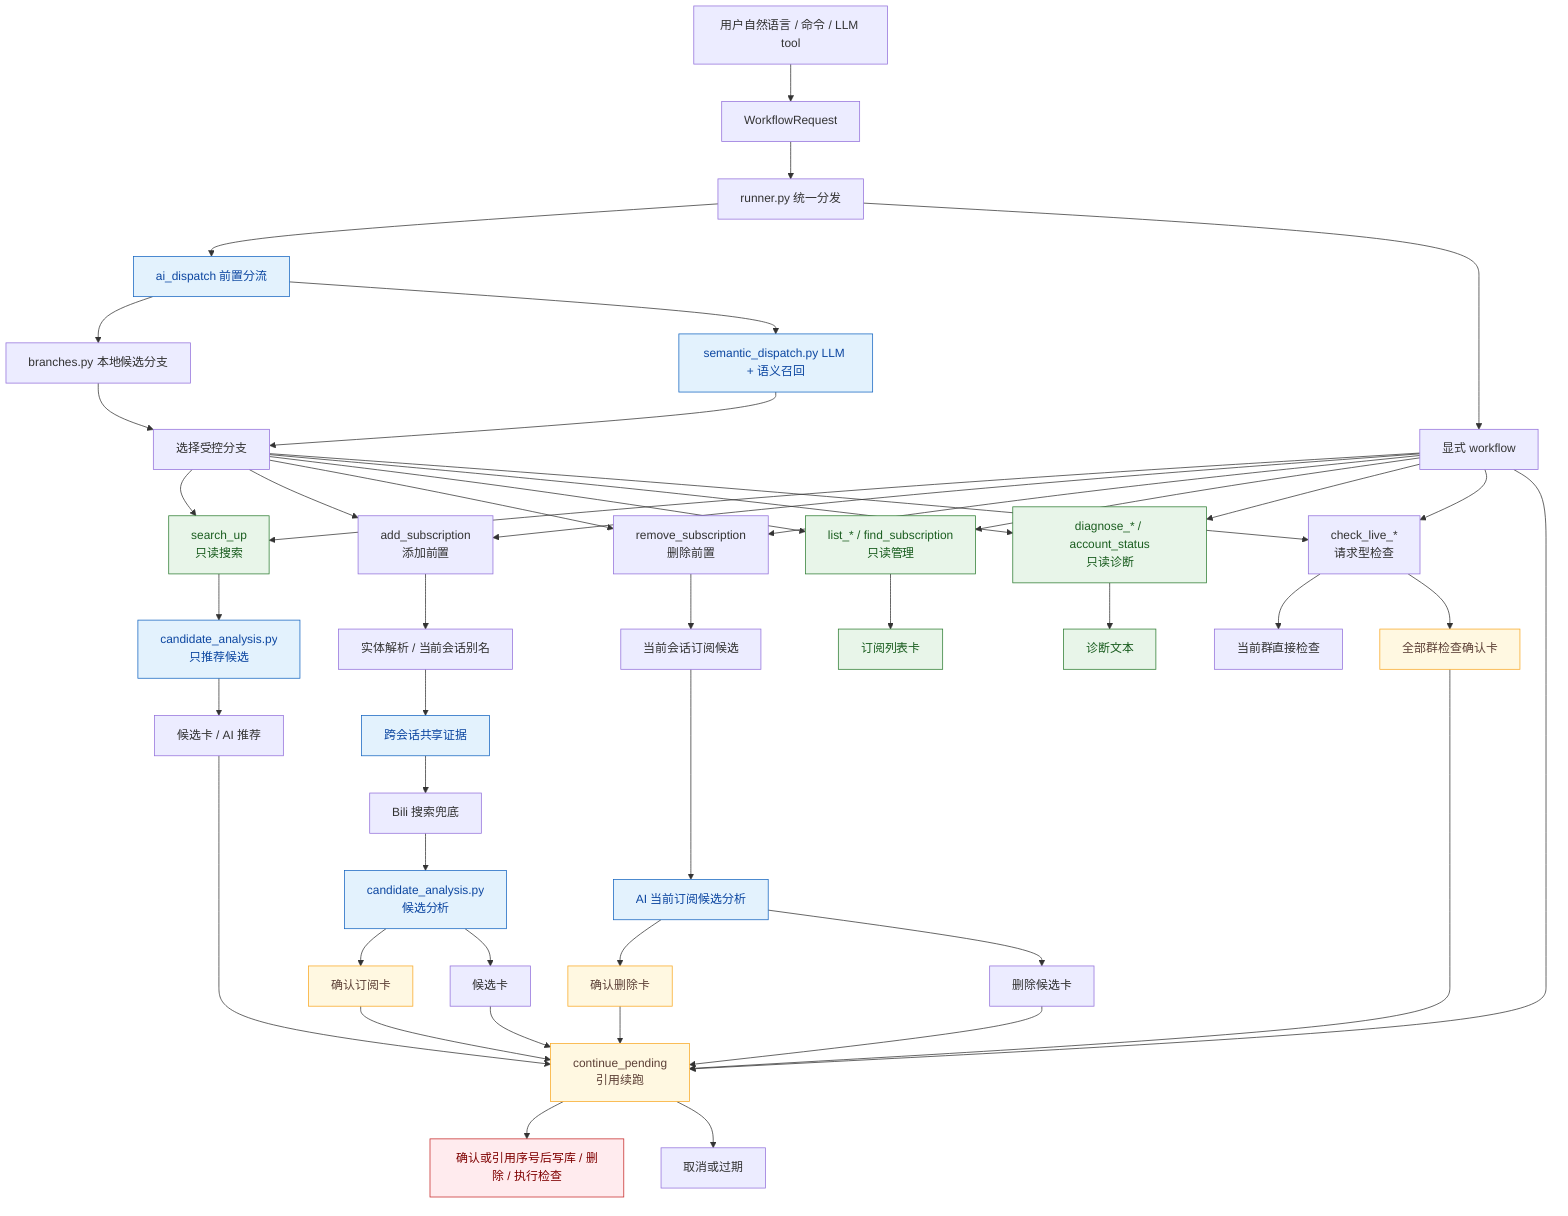
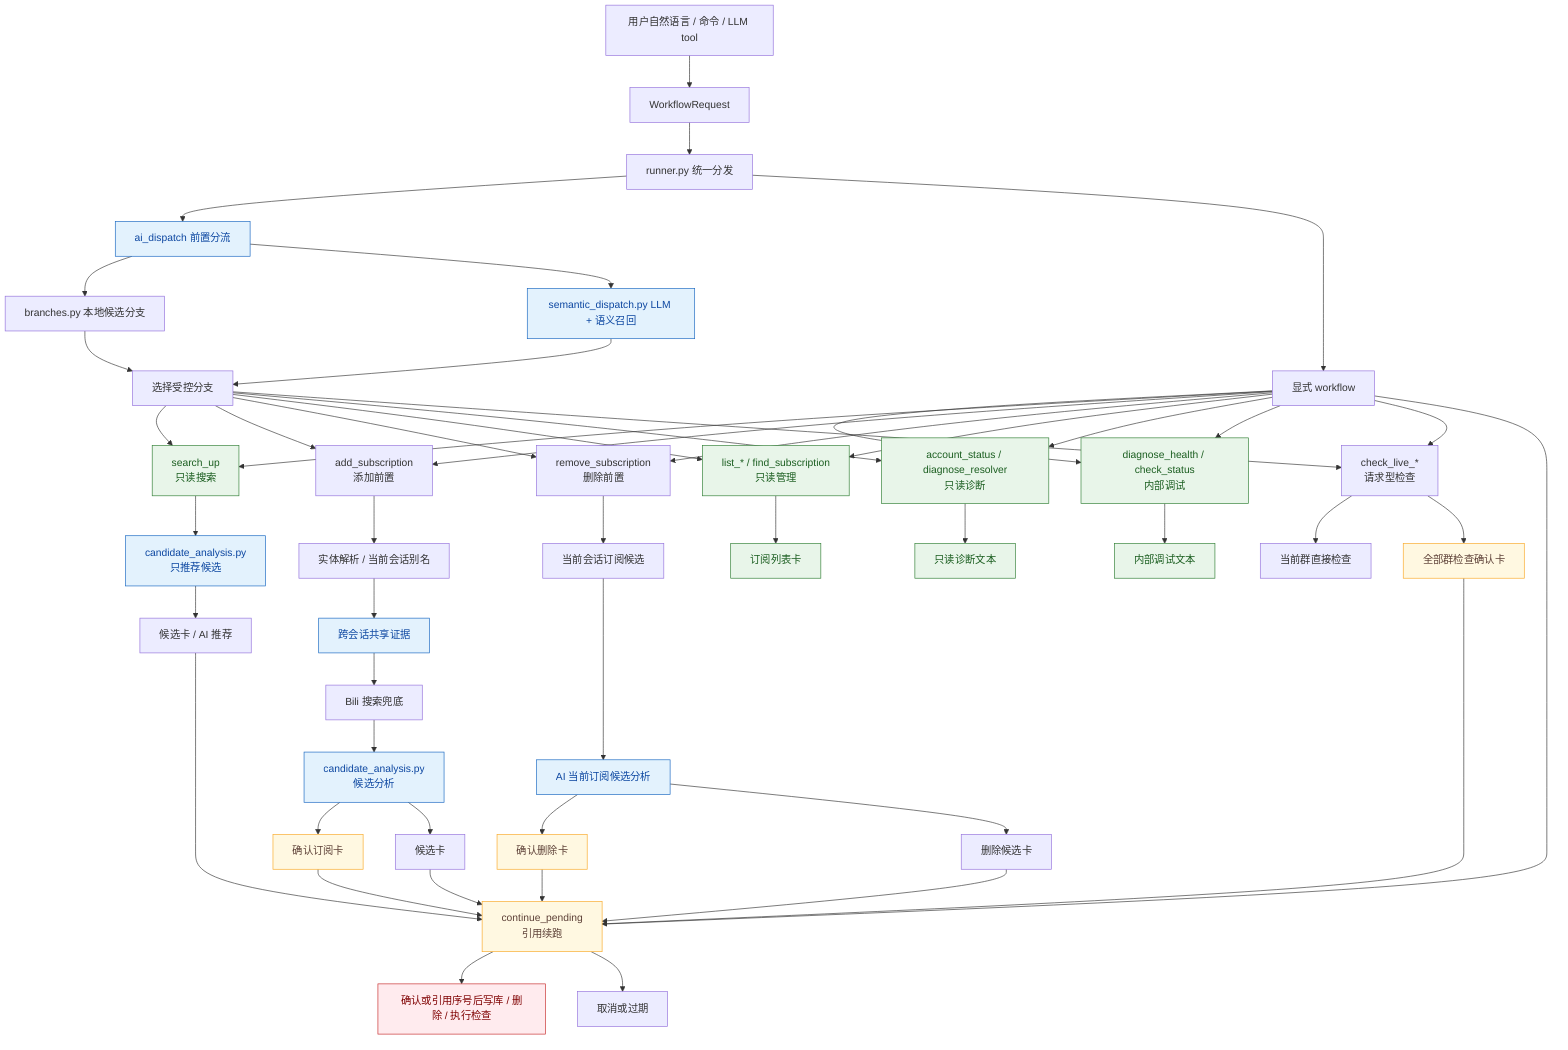
flowchart TD
    Entry["用户自然语言 / 命令 / LLM tool"] --> Request["WorkflowRequest"]
    Request --> Runner["runner.py 统一分发"]
    Runner --> Dispatch["ai_dispatch 前置分流"]
    Runner --> Direct["显式 workflow"]

    Dispatch --> Branches["branches.py 本地候选分支"]
    Dispatch --> Semantic["semantic_dispatch.py LLM + 语义召回"]
    Branches --> Select["选择受控分支"]
    Semantic --> Select

    Select --> Search["search_up\n只读搜索"]
    Select --> Add["add_subscription\n添加前置"]
    Select --> Remove["remove_subscription\n删除前置"]
    Select --> Lists["list_* / find_subscription\n只读管理"]
-     Select --> Diagnose["diagnose_* / account_status\n只读诊断"]
+     Select --> Diagnose["account_status / diagnose_resolver\n只读诊断"]
+     Direct --> InternalDiag["diagnose_health / check_status\n内部调试"]
    Select --> LiveCheck["check_live_*\n请求型检查"]

    Direct --> Search
    Direct --> Add
    Direct --> Remove
    Direct --> Lists
    Direct --> Diagnose
+     Direct --> InternalDiag
    Direct --> LiveCheck
    Direct --> Pending["continue_pending\n引用续跑"]

    Search --> SearchAI["candidate_analysis.py\n只推荐候选"]
    SearchAI --> CandidateCard["候选卡 / AI 推荐"]

    Add --> Resolve["实体解析 / 当前会话别名"]
    Resolve --> SharedAlias["跨会话共享证据"]
    SharedAlias --> BiliSearch["Bili 搜索兜底"]
    BiliSearch --> CandidateAI["candidate_analysis.py\n候选分析"]
    CandidateAI --> AddConfirm["确认订阅卡"]
    CandidateAI --> AddCandidates["候选卡"]

    Remove --> CurrentSubs["当前会话订阅候选"]
    CurrentSubs --> RemoveAI["AI 当前订阅候选分析"]
    RemoveAI --> RemoveConfirm["确认删除卡"]
    RemoveAI --> RemoveCandidates["删除候选卡"]

    Lists --> ListCard["订阅列表卡"]
-     Diagnose --> Text["诊断文本"]
+     Diagnose --> Text["只读诊断文本"]
+     InternalDiag --> InternalText["内部调试文本"]
    LiveCheck --> CurrentLive["当前群直接检查"]
    LiveCheck --> AllLiveConfirm["全部群检查确认卡"]

    CandidateCard --> Pending
    AddCandidates --> Pending
    RemoveCandidates --> Pending
    AddConfirm --> Pending
    RemoveConfirm --> Pending
    AllLiveConfirm --> Pending

    Pending --> Write["确认或引用序号后写库 / 删除 / 执行检查"]
    Pending --> Cancel["取消或过期"]

    classDef readonly fill:#e8f5e9,stroke:#2e7d32,color:#1b5e20
    classDef ai fill:#e3f2fd,stroke:#1565c0,color:#0d47a1
    classDef confirm fill:#fff8e1,stroke:#f9a825,color:#5d4037
    classDef danger fill:#ffebee,stroke:#c62828,color:#7f0000
-     class Search,Lists,Diagnose,ListCard,Text readonly
+     class Search,Lists,Diagnose,InternalDiag,ListCard,Text,InternalText readonly
    class Dispatch,Semantic,SearchAI,CandidateAI,RemoveAI,SharedAlias ai
    class AddConfirm,RemoveConfirm,AllLiveConfirm,Pending confirm
    class Write danger
